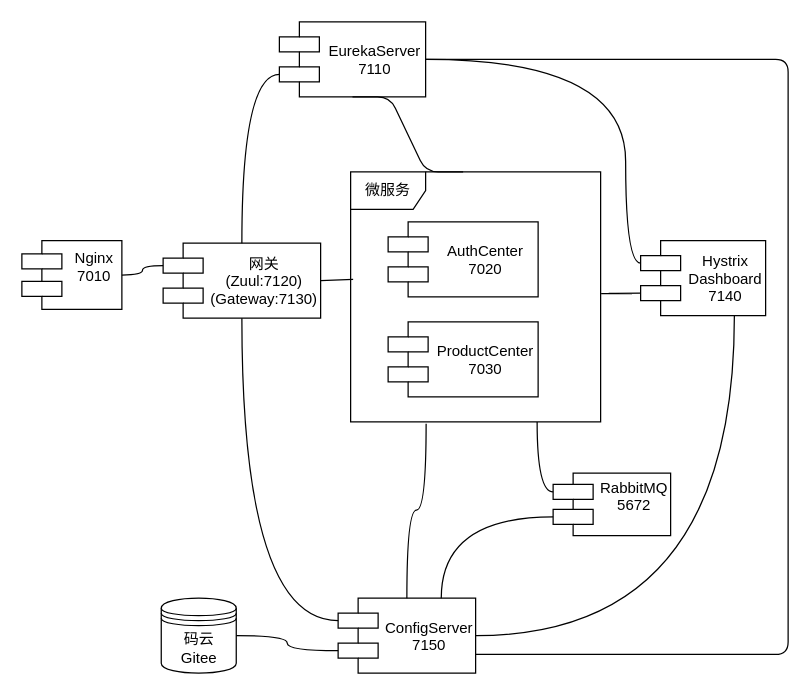
Earlier version of the draw.io diagram springcloud-doc/diagram/部署图.drawio (waltertan1988/springcloud-dist). Source tidied: cells renumbered, new cells numbered last; positions are measured from the earlier drawing's top-left corner, leaving out a move shared by most shapes. Both pictures are drawn from the tidied source at 125%, with x=0, y=0 at pixel (21, 21).
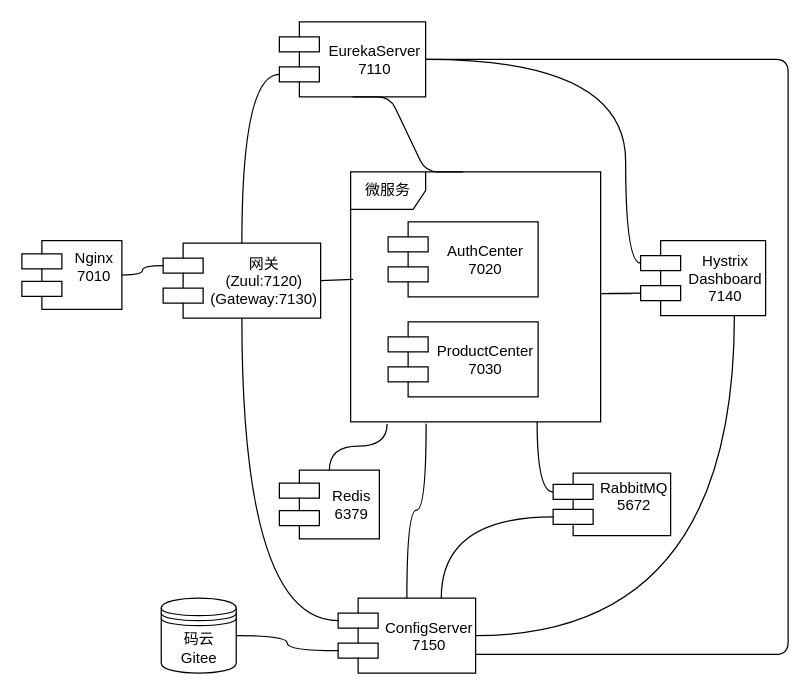
The same diagram, later.

Commit message:
修改部署图

The change refers to these unchanged cells:
```xml
<mxCell id="6" value="微服务" style="shape=umlFrame;whiteSpace=wrap;html=1;" parent="1" vertex="1">
  <mxGeometry x="263" y="120" width="200" height="200" as="geometry" />
</mxCell>
```

What changed in the source:
```diff
@@
+    <mxCell id="25" value="Redis&#10;6379" style="shape=component;align=center;spacingLeft=36;" parent="1" vertex="1">
+      <mxGeometry x="206" y="358.5" width="80" height="55" as="geometry" />
+    </mxCell>
+    <mxCell id="26" style="endArrow=none;html=1;entryX=0.146;entryY=1.008;entryDx=0;entryDy=0;entryPerimeter=0;exitX=0.5;exitY=0;exitDx=0;exitDy=0;edgeStyle=orthogonalEdgeStyle;curved=1;" parent="1" edge="1" source="25" target="6">
+      <mxGeometry relative="1" as="geometry" />
+    </mxCell>
```
